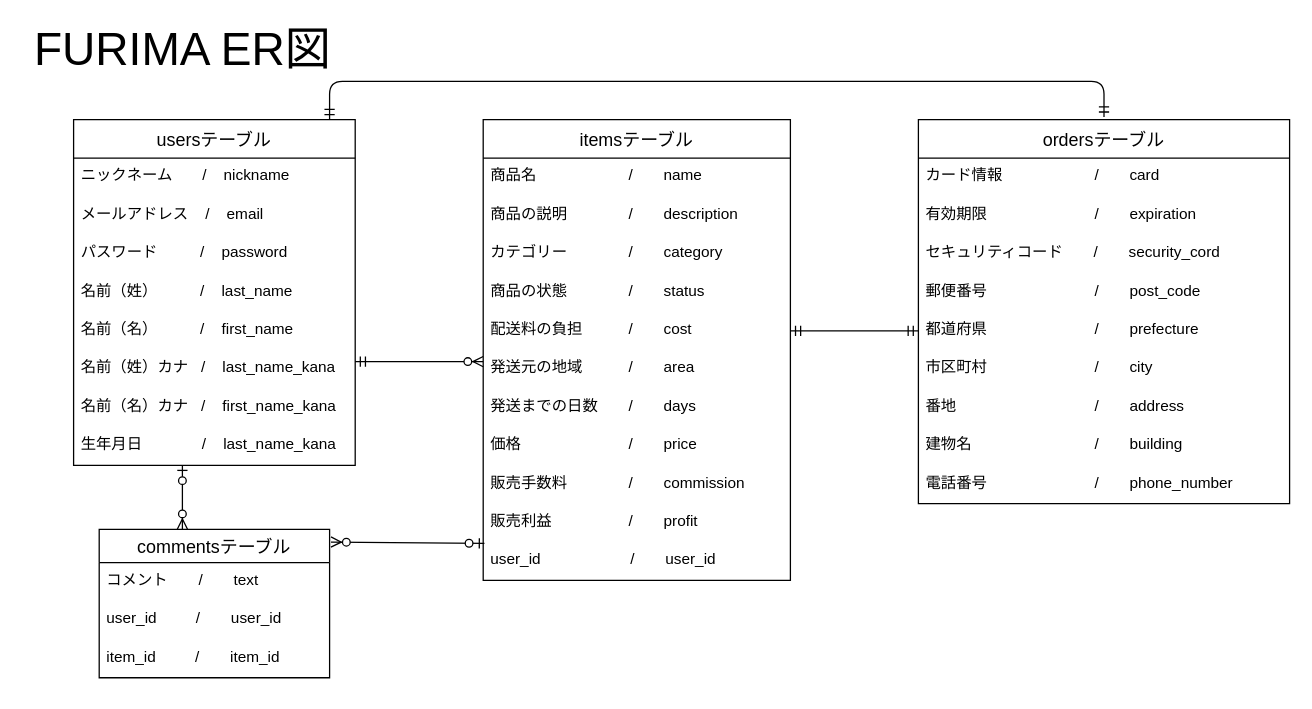
The draw.io diagram test.dio in UzTk4/furima-38183, before the edit. Source tidied: cells renumbered, new cells numbered last; positions are measured from the earlier drawing's top-left corner, leaving out a move shared by most shapes. Both pictures are drawn from the tidied source at 128%, with x=0, y=0 at pixel (22, 29).
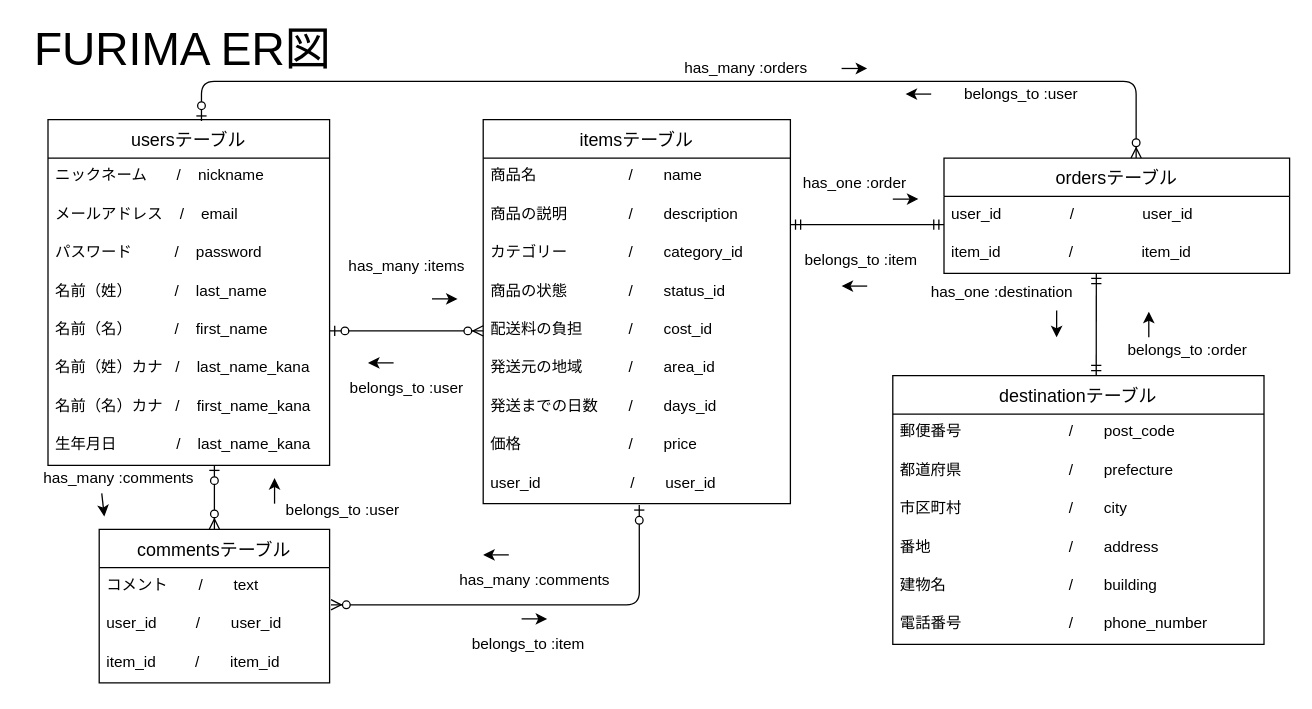
Above is the later version.

The change refers to these unchanged cells:
```xml
<mxCell id="7" value="名前（名）          /    first_name" style="text;strokeColor=none;fillColor=none;spacingLeft=4;spacingRight=4;overflow=hidden;points=[[0,0.5],[1,0.5]];portConstraint=eastwest;fontSize=12;" parent="2" vertex="1">
  <mxGeometry y="150" width="220" height="30" as="geometry" />
</mxCell>
```

What changed in the source:
```diff
@@
     <mxCell id="2" value="usersテーブル" style="swimlane;fontStyle=0;horizontal=1;startSize=30;align=center;fontSize=14;" parent="1" vertex="1">
-      <mxGeometry x="40" y="70" width="220" height="270" as="geometry" />
+      <mxGeometry x="20" y="70" width="220" height="270" as="geometry" />
     </mxCell>
@@
     <mxCell id="12" value="itemsテーブル" style="swimlane;fontStyle=0;horizontal=1;startSize=30;align=center;fontSize=14;" parent="1" vertex="1">
-      <mxGeometry x="360" y="70" width="240" height="360" as="geometry" />
+      <mxGeometry x="360" y="70" width="240" height="300" as="geometry" />
     </mxCell>
@@
-    <mxCell id="15" value="カテゴリー　　　　/　　category" style="text;strokeColor=none;fillColor=none;spacingLeft=4;spacingRight=4;overflow=hidden;fontSize=12;" parent="12" vertex="1">
+    <mxCell id="15" value="カテゴリー　　　　/　　category_id" style="text;strokeColor=none;fillColor=none;spacingLeft=4;spacingRight=4;overflow=hidden;fontSize=12;" parent="12" vertex="1">
       <mxGeometry y="90" width="240" height="30" as="geometry" />
     </mxCell>
-    <mxCell id="16" value="商品の状態　　　　/　　status" style="text;strokeColor=none;fillColor=none;spacingLeft=4;spacingRight=4;overflow=hidden;fontSize=12;" parent="12" vertex="1">
+    <mxCell id="16" value="商品の状態　　　　/　　status_id" style="text;strokeColor=none;fillColor=none;spacingLeft=4;spacingRight=4;overflow=hidden;fontSize=12;" parent="12" vertex="1">
       <mxGeometry y="120" width="240" height="30" as="geometry" />
     </mxCell>
-    <mxCell id="17" value="配送料の負担　　　/　　cost" style="text;strokeColor=none;fillColor=none;spacingLeft=4;spacingRight=4;overflow=hidden;points=[[0,0.5],[1,0.5]];portConstraint=eastwest;fontSize=12;" parent="12" vertex="1">
+    <mxCell id="17" value="配送料の負担　　　/　　cost_id" style="text;strokeColor=none;fillColor=none;spacingLeft=4;spacingRight=4;overflow=hidden;points=[[0,0.5],[1,0.5]];portConstraint=eastwest;fontSize=12;" parent="12" vertex="1">
       <mxGeometry y="150" width="240" height="30" as="geometry" />
     </mxCell>
-    <mxCell id="18" value="発送元の地域　　　/　　area" style="text;strokeColor=none;fillColor=none;spacingLeft=4;spacingRight=4;overflow=hidden;fontSize=12;" parent="12" vertex="1">
+    <mxCell id="18" value="発送元の地域　　　/　　area_id" style="text;strokeColor=none;fillColor=none;spacingLeft=4;spacingRight=4;overflow=hidden;fontSize=12;" parent="12" vertex="1">
       <mxGeometry y="180" width="240" height="30" as="geometry" />
     </mxCell>
-    <mxCell id="19" value="発送までの日数　　/　　days" style="text;strokeColor=none;fillColor=none;spacingLeft=4;spacingRight=4;overflow=hidden;fontSize=12;" parent="12" vertex="1">
+    <mxCell id="19" value="発送までの日数　　/　　days_id" style="text;strokeColor=none;fillColor=none;spacingLeft=4;spacingRight=4;overflow=hidden;fontSize=12;" parent="12" vertex="1">
       <mxGeometry y="210" width="240" height="30" as="geometry" />
     </mxCell>
@@
-    <mxCell id="21" value="販売手数料　　　　/　　commission" style="text;strokeColor=none;fillColor=none;spacingLeft=4;spacingRight=4;overflow=hidden;fontSize=12;" parent="12" vertex="1">
-      <mxGeometry y="270" width="240" height="30" as="geometry" />
-    </mxCell>
-    <mxCell id="22" value="販売利益　　　　　/　　profit" style="text;strokeColor=none;fillColor=none;spacingLeft=4;spacingRight=4;overflow=hidden;points=[[0,0.5],[1,0.5]];portConstraint=eastwest;fontSize=12;" parent="12" vertex="1">
-      <mxGeometry y="300" width="240" height="30" as="geometry" />
-    </mxCell>
     <mxCell id="23" value="user_id　　　　　   /　　user_id" style="text;strokeColor=none;fillColor=none;spacingLeft=4;spacingRight=4;overflow=hidden;points=[[0,0.5],[1,0.5]];portConstraint=eastwest;fontSize=12;" parent="12" vertex="1">
-      <mxGeometry y="330" width="240" height="30" as="geometry" />
+      <mxGeometry y="270" width="240" height="30" as="geometry" />
     </mxCell>
-    <mxCell id="24" style="edgeStyle=entityRelationEdgeStyle;fontSize=12;html=1;endArrow=ERzeroToMany;startArrow=ERmandOne;" parent="1" edge="1">
-      <mxGeometry relative="1" as="geometry">
-        <mxPoint x="260" y="259" as="sourcePoint" />
-        <mxPoint x="360" y="259" as="targetPoint" />
-      </mxGeometry>
-    </mxCell>
-    <mxCell id="25" value="ordersテーブル" style="swimlane;fontStyle=0;horizontal=1;startSize=30;align=center;fontSize=14;" parent="1" vertex="1">
-      <mxGeometry x="700" y="70" width="290" height="300" as="geometry" />
+    <mxCell id="25" value="destinationテーブル" style="swimlane;fontStyle=0;horizontal=1;startSize=30;align=center;fontSize=14;" parent="1" vertex="1">
+      <mxGeometry x="680" y="270" width="290" height="210" as="geometry" />
     </mxCell>
-    <mxCell id="26" value="カード情報　　　　　　/　　card" style="text;strokeColor=none;fillColor=none;spacingLeft=4;spacingRight=4;overflow=hidden;fontSize=12;" parent="25" vertex="1">
-      <mxGeometry y="30" width="290" height="30" as="geometry" />
-    </mxCell>
-    <mxCell id="27" value="有効期限　　　　　　　/　　expiration" style="text;strokeColor=none;fillColor=none;spacingLeft=4;spacingRight=4;overflow=hidden;fontSize=12;" parent="25" vertex="1">
-      <mxGeometry y="60" width="290" height="30" as="geometry" />
-    </mxCell>
-    <mxCell id="28" value="セキュリティコード　　/　　security_cord" style="text;strokeColor=none;fillColor=none;spacingLeft=4;spacingRight=4;overflow=hidden;fontSize=12;" parent="25" vertex="1">
-      <mxGeometry y="90" width="290" height="30" as="geometry" />
-    </mxCell>
     <mxCell id="29" value="郵便番号　　　　　　　/　　post_code" style="text;strokeColor=none;fillColor=none;spacingLeft=4;spacingRight=4;overflow=hidden;fontSize=12;" parent="25" vertex="1">
-      <mxGeometry y="120" width="290" height="30" as="geometry" />
+      <mxGeometry y="30" width="290" height="30" as="geometry" />
     </mxCell>
     <mxCell id="30" value="都道府県　　　　　　　/　　prefecture" style="text;strokeColor=none;fillColor=none;spacingLeft=4;spacingRight=4;overflow=hidden;points=[[0,0.5],[1,0.5]];portConstraint=eastwest;fontSize=12;" parent="25" vertex="1">
-      <mxGeometry y="150" width="290" height="30" as="geometry" />
+      <mxGeometry y="60" width="290" height="30" as="geometry" />
     </mxCell>
     <mxCell id="31" value="市区町村　　　　　　　/　　city" style="text;strokeColor=none;fillColor=none;spacingLeft=4;spacingRight=4;overflow=hidden;fontSize=12;" parent="25" vertex="1">
-      <mxGeometry y="180" width="290" height="30" as="geometry" />
+      <mxGeometry y="90" width="290" height="30" as="geometry" />
     </mxCell>
     <mxCell id="32" value="番地　　　　　　　　　/　　address" style="text;strokeColor=none;fillColor=none;spacingLeft=4;spacingRight=4;overflow=hidden;fontSize=12;" parent="25" vertex="1">
-      <mxGeometry y="210" width="290" height="30" as="geometry" />
+      <mxGeometry y="120" width="290" height="30" as="geometry" />
     </mxCell>
     <mxCell id="33" value="建物名　　　　　　　　/　　building" style="text;strokeColor=none;fillColor=none;spacingLeft=4;spacingRight=4;overflow=hidden;fontSize=12;" parent="25" vertex="1">
-      <mxGeometry y="240" width="290" height="30" as="geometry" />
+      <mxGeometry y="150" width="290" height="30" as="geometry" />
     </mxCell>
     <mxCell id="34" value="電話番号　　　　　　　/　　phone_number" style="text;strokeColor=none;fillColor=none;spacingLeft=4;spacingRight=4;overflow=hidden;fontSize=12;" parent="25" vertex="1">
-      <mxGeometry y="270" width="290" height="30" as="geometry" />
+      <mxGeometry y="180" width="290" height="30" as="geometry" />
     </mxCell>
-    <mxCell id="35" value="commentsテーブル" style="swimlane;fontStyle=0;horizontal=1;startSize=26;align=center;fontSize=14;" parent="1" vertex="1">
-      <mxGeometry x="60" y="390" width="180" height="116" as="geometry" />
+    <mxCell id="35" value="commentsテーブル" style="swimlane;fontStyle=0;horizontal=1;startSize=30;align=center;fontSize=14;" parent="1" vertex="1">
+      <mxGeometry x="60" y="390" width="180" height="120" as="geometry" />
     </mxCell>
     <mxCell id="36" value="コメント　　/　　text" style="text;strokeColor=none;fillColor=none;spacingLeft=4;spacingRight=4;overflow=hidden;fontSize=12;" parent="35" vertex="1">
-      <mxGeometry y="26" width="180" height="30" as="geometry" />
+      <mxGeometry y="30" width="180" height="30" as="geometry" />
     </mxCell>
     <mxCell id="37" value="user_id　　  /　　user_id" style="text;strokeColor=none;fillColor=none;spacingLeft=4;spacingRight=4;overflow=hidden;points=[[0,0.5],[1,0.5]];portConstraint=eastwest;fontSize=12;" parent="35" vertex="1">
-      <mxGeometry y="56" width="180" height="30" as="geometry" />
+      <mxGeometry y="60" width="180" height="30" as="geometry" />
     </mxCell>
     <mxCell id="38" value="item_id　　  /　　item_id" style="text;strokeColor=none;fillColor=none;spacingLeft=4;spacingRight=4;overflow=hidden;fontSize=12;" parent="35" vertex="1">
-      <mxGeometry y="86" width="180" height="30" as="geometry" />
+      <mxGeometry y="90" width="180" height="30" as="geometry" />
     </mxCell>
-    <mxCell id="39" style="fontSize=12;html=1;endArrow=ERzeroToMany;startArrow=ERzeroToOne;" parent="1" edge="1">
+    <mxCell id="39" style="fontSize=12;html=1;endArrow=ERzeroToMany;startArrow=ERzeroToOne;entryX=0.5;entryY=0;entryDx=0;entryDy=0;" parent="1" edge="1" target="35">
       <mxGeometry relative="1" as="geometry">
-        <mxPoint x="125" y="340" as="sourcePoint" />
-        <mxPoint x="125" y="390" as="targetPoint" />
+        <mxPoint x="150" y="340" as="sourcePoint" />
       </mxGeometry>
     </mxCell>
-    <mxCell id="40" style="fontSize=12;html=1;endArrow=ERzeroToMany;startArrow=ERzeroToOne;exitX=0.004;exitY=1.033;exitDx=0;exitDy=0;exitPerimeter=0;entryX=1.006;entryY=0.086;entryDx=0;entryDy=0;entryPerimeter=0;" parent="1" edge="1" source="22" target="35">
-      <mxGeometry relative="1" as="geometry" />
+    <mxCell id="40" style="fontSize=12;html=1;endArrow=ERzeroToMany;startArrow=ERzeroToOne;exitX=0.508;exitY=1.033;exitDx=0;exitDy=0;exitPerimeter=0;entryX=1.006;entryY=-0.033;entryDx=0;entryDy=0;entryPerimeter=0;" parent="1" edge="1" source="23" target="37">
+      <mxGeometry relative="1" as="geometry">
+        <Array as="points">
+          <mxPoint x="482" y="449" />
+        </Array>
+      </mxGeometry>
     </mxCell>
-    <mxCell id="41" style="fontSize=12;html=1;endArrow=ERmandOne;startArrow=ERmandOne;entryX=0;entryY=0.5;entryDx=0;entryDy=0;exitX=1;exitY=0.5;exitDx=0;exitDy=0;" parent="1" edge="1" source="17" target="30">
-      <mxGeometry relative="1" as="geometry" />
+    <mxCell id="41" style="fontSize=12;html=1;endArrow=ERmandOne;startArrow=ERmandOne;" parent="1" edge="1">
+      <mxGeometry relative="1" as="geometry">
+        <mxPoint x="600" y="152" as="sourcePoint" />
+        <mxPoint x="720" y="152" as="targetPoint" />
+      </mxGeometry>
     </mxCell>
-    <mxCell id="42" style="edgeStyle=orthogonalEdgeStyle;fontSize=12;html=1;endArrow=ERmandOne;startArrow=ERmandOne;exitX=0.909;exitY=0;exitDx=0;exitDy=0;exitPerimeter=0;" parent="1" edge="1" source="2">
-      <mxGeometry relative="1" as="geometry">
-        <mxPoint x="845" y="68" as="targetPoint" />
-        <Array as="points">
-          <mxPoint x="240" y="40" />
-          <mxPoint x="845" y="40" />
-        </Array>
-      </mxGeometry>
-    </mxCell>
+    <mxCell id="43" value="ordersテーブル" style="swimlane;fontStyle=0;horizontal=1;startSize=30;align=center;fontSize=14;" parent="1" vertex="1">
+      <mxGeometry x="720" y="100" width="270" height="90" as="geometry" />
+    </mxCell>
+    <mxCell id="44" value="user_id                /                user_id" style="text;strokeColor=none;fillColor=none;spacingLeft=4;spacingRight=4;overflow=hidden;fontSize=12;" parent="43" vertex="1">
+      <mxGeometry y="30" width="270" height="30" as="geometry" />
+    </mxCell>
+    <mxCell id="45" value="item_id                /                item_id" style="text;strokeColor=none;fillColor=none;spacingLeft=4;spacingRight=4;overflow=hidden;fontSize=12;" parent="43" vertex="1">
+      <mxGeometry y="60" width="270" height="30" as="geometry" />
+    </mxCell>
+    <mxCell id="46" style="fontSize=12;html=1;endArrow=ERmandOne;startArrow=ERmandOne;exitX=0.548;exitY=0;exitDx=0;exitDy=0;exitPerimeter=0;" parent="1" edge="1" source="25">
+      <mxGeometry relative="1" as="geometry">
+        <mxPoint x="839" y="190" as="targetPoint" />
+      </mxGeometry>
+    </mxCell>
+    <mxCell id="47" style="edgeStyle=orthogonalEdgeStyle;fontSize=12;html=1;endArrow=ERzeroToMany;startArrow=ERzeroToOne;exitX=0.545;exitY=0.004;exitDx=0;exitDy=0;exitPerimeter=0;entryX=0.556;entryY=0;entryDx=0;entryDy=0;entryPerimeter=0;" parent="1" edge="1" source="2" target="43">
+      <mxGeometry relative="1" as="geometry">
+        <Array as="points">
+          <mxPoint x="140" y="40" />
+          <mxPoint x="870" y="40" />
+        </Array>
+      </mxGeometry>
+    </mxCell>
+    <mxCell id="48" value="belongs_to :order" style="text;html=1;align=center;verticalAlign=middle;strokeColor=none;fillColor=none;" parent="1" vertex="1">
+      <mxGeometry x="855" y="240" width="110" height="20" as="geometry" />
+    </mxCell>
+    <mxCell id="49" style="endArrow=classic;html=1;" parent="1" edge="1">
+      <mxGeometry relative="1" as="geometry">
+        <mxPoint x="880" y="240" as="sourcePoint" />
+        <mxPoint x="880" y="220" as="targetPoint" />
+      </mxGeometry>
+    </mxCell>
+    <mxCell id="50" value="has_one :destination" style="text;html=1;align=center;verticalAlign=middle;points=[];strokeColor=none;fillColor=none;" parent="1" vertex="1">
+      <mxGeometry x="700" y="195" width="130" height="20" as="geometry" />
+    </mxCell>
+    <mxCell id="51" style="endArrow=classic;html=1;exitX=0.831;exitY=1.2;exitDx=0;exitDy=0;exitPerimeter=0;" parent="1" edge="1" source="50">
+      <mxGeometry relative="1" as="geometry">
+        <mxPoint x="808" y="240" as="targetPoint" />
+        <Array as="points">
+          <mxPoint x="808" y="230" />
+        </Array>
+      </mxGeometry>
+    </mxCell>
+    <mxCell id="52" value="has_one :order" style="text;html=1;align=center;verticalAlign=middle;strokeColor=none;fillColor=none;" parent="1" vertex="1">
+      <mxGeometry x="600" y="110" width="100" height="20" as="geometry" />
+    </mxCell>
+    <mxCell id="53" style="endArrow=classic;html=1;" parent="1" edge="1">
+      <mxGeometry relative="1" as="geometry">
+        <mxPoint x="680" y="132" as="sourcePoint" />
+        <mxPoint x="700" y="132" as="targetPoint" />
+        <Array as="points">
+          <mxPoint x="690" y="132" />
+          <mxPoint x="680" y="132" />
+        </Array>
+      </mxGeometry>
+    </mxCell>
+    <mxCell id="54" style="edgeStyle=none;html=1;" parent="1" edge="1">
+      <mxGeometry relative="1" as="geometry">
+        <mxPoint x="660" y="200" as="sourcePoint" />
+        <mxPoint x="640" y="200" as="targetPoint" />
+      </mxGeometry>
+    </mxCell>
+    <mxCell id="55" value="belongs_to :item" style="text;html=1;align=center;verticalAlign=middle;strokeColor=none;fillColor=none;" parent="1" vertex="1">
+      <mxGeometry x="605" y="170" width="100" height="20" as="geometry" />
+    </mxCell>
+    <mxCell id="56" value="belongs_to :item" style="text;html=1;align=center;verticalAlign=middle;strokeColor=none;fillColor=none;" parent="1" vertex="1">
+      <mxGeometry x="345" y="470" width="100" height="20" as="geometry" />
+    </mxCell>
+    <mxCell id="57" value="has_many :comments" style="text;html=1;align=center;verticalAlign=middle;strokeColor=none;fillColor=none;" parent="1" vertex="1">
+      <mxGeometry x="335" y="420" width="130" height="20" as="geometry" />
+    </mxCell>
+    <mxCell id="58" style="edgeStyle=none;html=1;" parent="1" edge="1">
+      <mxGeometry relative="1" as="geometry">
+        <mxPoint x="380" y="410" as="sourcePoint" />
+        <mxPoint x="360" y="410" as="targetPoint" />
+        <Array as="points">
+          <mxPoint x="360" y="410" />
+        </Array>
+      </mxGeometry>
+    </mxCell>
+    <mxCell id="59" style="fontSize=12;html=1;endArrow=ERzeroToMany;startArrow=ERzeroToOne;exitX=1;exitY=0.5;exitDx=0;exitDy=0;" parent="1" edge="1" source="7">
+      <mxGeometry relative="1" as="geometry">
+        <mxPoint x="360" y="235" as="targetPoint" />
+      </mxGeometry>
+    </mxCell>
+    <mxCell id="60" value="belongs_to :user" style="text;html=1;align=center;verticalAlign=middle;strokeColor=none;fillColor=none;" parent="1" vertex="1">
+      <mxGeometry x="730" y="40" width="100" height="20" as="geometry" />
+    </mxCell>
+    <mxCell id="61" style="edgeStyle=none;html=1;" parent="1" edge="1">
+      <mxGeometry relative="1" as="geometry">
+        <mxPoint x="710" y="50" as="sourcePoint" />
+        <mxPoint x="690" y="50" as="targetPoint" />
+      </mxGeometry>
+    </mxCell>
+    <mxCell id="62" value="has_many :orders" style="text;html=1;align=center;verticalAlign=middle;strokeColor=none;fillColor=none;" parent="1" vertex="1">
+      <mxGeometry x="510" y="20" width="110" height="20" as="geometry" />
+    </mxCell>
+    <mxCell id="63" style="endArrow=classic;html=1;" parent="1" edge="1">
+      <mxGeometry relative="1" as="geometry">
+        <mxPoint x="640" y="30" as="sourcePoint" />
+        <mxPoint x="660" y="30" as="targetPoint" />
+      </mxGeometry>
+    </mxCell>
+    <mxCell id="64" value="has_many :comments" style="text;html=1;align=center;verticalAlign=middle;points=[];strokeColor=none;fillColor=none;" parent="1" vertex="1">
+      <mxGeometry x="10" y="340" width="130" height="20" as="geometry" />
+    </mxCell>
+    <mxCell id="65" value="belongs_to :user" style="text;html=1;align=center;verticalAlign=middle;strokeColor=none;fillColor=none;" parent="1" vertex="1">
+      <mxGeometry x="200" y="365" width="100" height="20" as="geometry" />
+    </mxCell>
+    <mxCell id="66" style="endArrow=classic;html=1;" parent="1" edge="1">
+      <mxGeometry relative="1" as="geometry">
+        <mxPoint x="197" y="370" as="sourcePoint" />
+        <mxPoint x="197" y="350" as="targetPoint" />
+      </mxGeometry>
+    </mxCell>
+    <mxCell id="67" style="endArrow=classic;html=1;exitX=0.4;exitY=1.1;exitDx=0;exitDy=0;exitPerimeter=0;" parent="1" edge="1" source="64">
+      <mxGeometry relative="1" as="geometry">
+        <mxPoint x="64" y="380" as="targetPoint" />
+      </mxGeometry>
+    </mxCell>
+    <mxCell id="68" value="has_many :items" style="text;html=1;align=center;verticalAlign=middle;strokeColor=none;fillColor=none;" parent="1" vertex="1">
+      <mxGeometry x="245" y="175" width="110" height="20" as="geometry" />
+    </mxCell>
+    <mxCell id="69" value="belongs_to :user" style="text;html=1;align=center;verticalAlign=middle;strokeColor=none;fillColor=none;" parent="1" vertex="1">
+      <mxGeometry x="250" y="270" width="100" height="20" as="geometry" />
+    </mxCell>
+    <mxCell id="70" style="edgeStyle=none;html=1;" parent="1" edge="1">
+      <mxGeometry relative="1" as="geometry">
+        <mxPoint x="290" y="260" as="sourcePoint" />
+        <mxPoint x="270" y="260" as="targetPoint" />
+      </mxGeometry>
+    </mxCell>
+    <mxCell id="71" style="endArrow=classic;html=1;" parent="1" edge="1">
+      <mxGeometry relative="1" as="geometry">
+        <mxPoint x="320" y="210" as="sourcePoint" />
+        <mxPoint x="340" y="210" as="targetPoint" />
+      </mxGeometry>
+    </mxCell>
+    <mxCell id="72" style="endArrow=classic;html=1;" parent="1" edge="1">
+      <mxGeometry relative="1" as="geometry">
+        <mxPoint x="390" y="460" as="sourcePoint" />
+        <mxPoint x="410" y="460" as="targetPoint" />
+        <Array as="points">
+          <mxPoint x="400" y="460" />
+        </Array>
+      </mxGeometry>
+    </mxCell>
```
